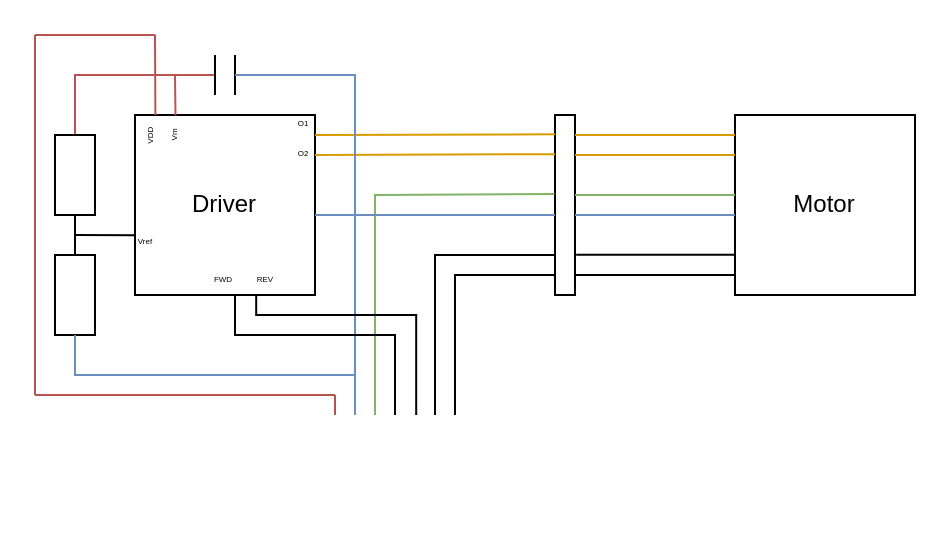
Earlier version of the draw.io diagram page "Actuators" (4 of 4) of Diagramme/Diagramme sans nom.drawio (Artpel1805/Beerator). Source tidied: cells renumbered, new cells numbered last; positions are measured from the earlier drawing's top-left corner, leaving out a move shared by most shapes. Both pictures are drawn from the tidied source at 200%, with x=0, y=0 at pixel (34, 34).
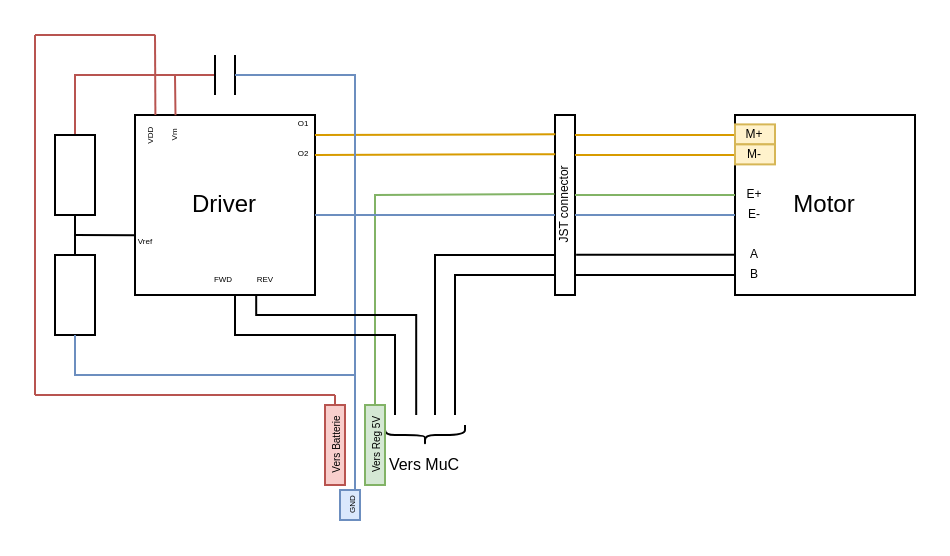
Above is the later version.

What changed in the source:
```diff
@@
-    <mxCell id="32" style="endArrow=none;html=1;rounded=0;fillColor=#dae8fc;strokeColor=#6c8ebf;" parent="1" edge="1">
-      <mxGeometry relative="1" as="geometry">
-        <mxPoint x="160" y="190" as="sourcePoint" />
-        <mxPoint x="160" y="170" as="targetPoint" />
-      </mxGeometry>
-    </mxCell>
@@
+    <mxCell id="43" value="&lt;font style=&quot;font-size: 6px;&quot;&gt;JST connector&lt;/font&gt;" style="text;html=1;strokeColor=none;fillColor=none;align=center;verticalAlign=middle;whiteSpace=wrap;rounded=0;fontSize=4;rotation=-90;" parent="1" vertex="1">
+      <mxGeometry x="235" y="70" width="60" height="30" as="geometry" />
+    </mxCell>
+    <mxCell id="44" value="M+" style="text;html=1;strokeColor=#d6b656;fillColor=#fff2cc;align=center;verticalAlign=middle;whiteSpace=wrap;rounded=0;fontSize=6;" parent="1" vertex="1">
+      <mxGeometry x="350" y="44.7" width="20" height="10" as="geometry" />
+    </mxCell>
+    <mxCell id="45" value="M-" style="text;html=1;strokeColor=#d6b656;fillColor=#fff2cc;align=center;verticalAlign=middle;whiteSpace=wrap;rounded=0;fontSize=6;" parent="1" vertex="1">
+      <mxGeometry x="350" y="54.7" width="20" height="10" as="geometry" />
+    </mxCell>
+    <mxCell id="46" value="E+" style="text;html=1;strokeColor=none;fillColor=none;align=center;verticalAlign=middle;whiteSpace=wrap;rounded=0;fontSize=6;" parent="1" vertex="1">
+      <mxGeometry x="350" y="70" width="20" height="20" as="geometry" />
+    </mxCell>
+    <mxCell id="47" value="E-" style="text;html=1;strokeColor=none;fillColor=none;align=center;verticalAlign=middle;whiteSpace=wrap;rounded=0;fontSize=6;" parent="1" vertex="1">
+      <mxGeometry x="350" y="80" width="20" height="20" as="geometry" />
+    </mxCell>
+    <mxCell id="48" value="A" style="text;html=1;strokeColor=none;fillColor=none;align=center;verticalAlign=middle;whiteSpace=wrap;rounded=0;fontSize=6;" parent="1" vertex="1">
+      <mxGeometry x="350" y="105" width="20" height="10" as="geometry" />
+    </mxCell>
+    <mxCell id="49" value="B" style="text;html=1;strokeColor=none;fillColor=none;align=center;verticalAlign=middle;whiteSpace=wrap;rounded=0;fontSize=6;" parent="1" vertex="1">
+      <mxGeometry x="350" y="115" width="20" height="10" as="geometry" />
+    </mxCell>
+    <mxCell id="50" value="&lt;font style=&quot;font-size: 8px;&quot;&gt;Vers MuC&lt;/font&gt;" style="text;html=1;strokeColor=none;fillColor=none;align=center;verticalAlign=middle;whiteSpace=wrap;rounded=0;fontSize=6;" parent="1" vertex="1">
+      <mxGeometry x="170" y="210" width="50" height="10" as="geometry" />
+    </mxCell>
+    <mxCell id="51" style="shape=curlyBracket;whiteSpace=wrap;html=1;rounded=1;flipH=1;fontSize=8;rotation=90;" parent="1" vertex="1">
+      <mxGeometry x="190" y="180" width="10" height="40" as="geometry" />
+    </mxCell>
+    <mxCell id="52" value="&lt;font style=&quot;font-size: 5px;&quot;&gt;Vers Reg 5V&lt;br&gt;&lt;/font&gt;" style="text;html=1;strokeColor=#82b366;fillColor=#d5e8d4;align=center;verticalAlign=middle;whiteSpace=wrap;rounded=0;fontSize=8;rotation=-90;" parent="1" vertex="1">
+      <mxGeometry x="150" y="200" width="40" height="10" as="geometry" />
+    </mxCell>
+    <mxCell id="53" value="&lt;font style=&quot;font-size: 5px;&quot;&gt;Vers Batterie&lt;br&gt;&lt;/font&gt;" style="text;html=1;strokeColor=#b85450;fillColor=#f8cecc;align=center;verticalAlign=middle;whiteSpace=wrap;rounded=0;fontSize=8;rotation=-90;" parent="1" vertex="1">
+      <mxGeometry x="130" y="200" width="40" height="10" as="geometry" />
+    </mxCell>
+    <mxCell id="54" value="&lt;font style=&quot;&quot;&gt;&lt;font style=&quot;font-size: 4px;&quot;&gt;GND&lt;/font&gt;&lt;br&gt;&lt;/font&gt;" style="text;html=1;strokeColor=#6c8ebf;fillColor=#dae8fc;align=center;verticalAlign=middle;whiteSpace=wrap;rounded=0;fontSize=8;rotation=-90;imageWidth=18;imageHeight=18;arcSize=12;" parent="1" vertex="1">
+      <mxGeometry x="150" y="230" width="15" height="10" as="geometry" />
+    </mxCell>
+    <mxCell id="55" style="endArrow=none;html=1;rounded=0;fontSize=4;exitX=1;exitY=0.75;exitDx=0;exitDy=0;fillColor=#dae8fc;strokeColor=#6c8ebf;" parent="1" edge="1" source="54">
+      <mxGeometry relative="1" as="geometry">
+        <mxPoint x="160" y="170" as="targetPoint" />
+      </mxGeometry>
+    </mxCell>
```
